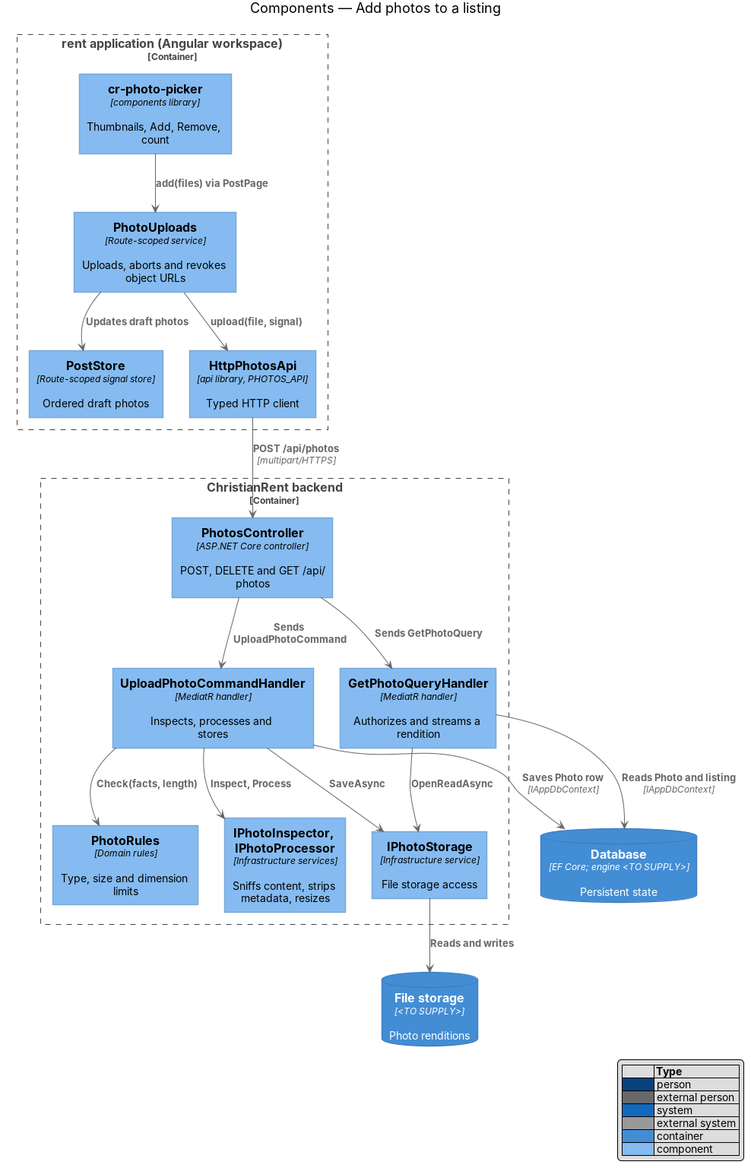
Before: docs/detailed-designs/post/add-photos/diagrams/c4-component.png, a diagram exported from PlantUML (QuinntyneBrown/christian-rent). Its source is kept beside it as docs/detailed-designs/post/add-photos/diagrams/c4-component.puml. Source of this version:
```plantuml
@startuml
!include <C4/C4_Component>
LAYOUT_WITH_LEGEND()
title Components — Add photos to a listing

Container_Boundary(spa, "rent application (Angular workspace)") {
  Component(picker, "cr-photo-picker", "components library", "Thumbnails, Add, Remove, count")
  Component(uploads, "PhotoUploads", "Route-scoped service", "Uploads, aborts and revokes object URLs")
  Component(store, "PostStore", "Route-scoped signal store", "Ordered draft photos")
  Component(client, "HttpPhotosApi", "api library, PHOTOS_API", "Typed HTTP client")
}
Container_Boundary(api, "ChristianRent backend") {
  Component(ctrl, "PhotosController", "ASP.NET Core controller", "POST, DELETE and GET /api/photos")
  Component(up, "UploadPhotoCommandHandler", "MediatR handler", "Inspects, processes and stores")
  Component(get, "GetPhotoQueryHandler", "MediatR handler", "Authorizes and streams a rendition")
  Component(rules, "PhotoRules", "Domain rules", "Type, size and dimension limits")
  Component(insp, "IPhotoInspector, IPhotoProcessor", "Infrastructure services", "Sniffs content, strips metadata, resizes")
  Component(store2, "IPhotoStorage", "Infrastructure service", "File storage access")
}
ContainerDb(db, "Database", "EF Core; engine <TO SUPPLY>", "Persistent state")
ContainerDb(files, "File storage", "<TO SUPPLY>", "Photo renditions")
Rel(picker, uploads, "add(files) via PostPage")
Rel(uploads, store, "Updates draft photos")
Rel(uploads, client, "upload(file, signal)")
Rel(client, ctrl, "POST /api/photos", "multipart/HTTPS")
Rel(ctrl, up, "Sends UploadPhotoCommand")
Rel(ctrl, get, "Sends GetPhotoQuery")
Rel(up, insp, "Inspect, Process")
Rel(up, rules, "Check(facts, length)")
Rel(up, store2, "SaveAsync")
Rel(get, store2, "OpenReadAsync")
Rel(store2, files, "Reads and writes")
Rel(up, db, "Saves Photo row", "IAppDbContext")
Rel(get, db, "Reads Photo and listing", "IAppDbContext")
@enduml
```
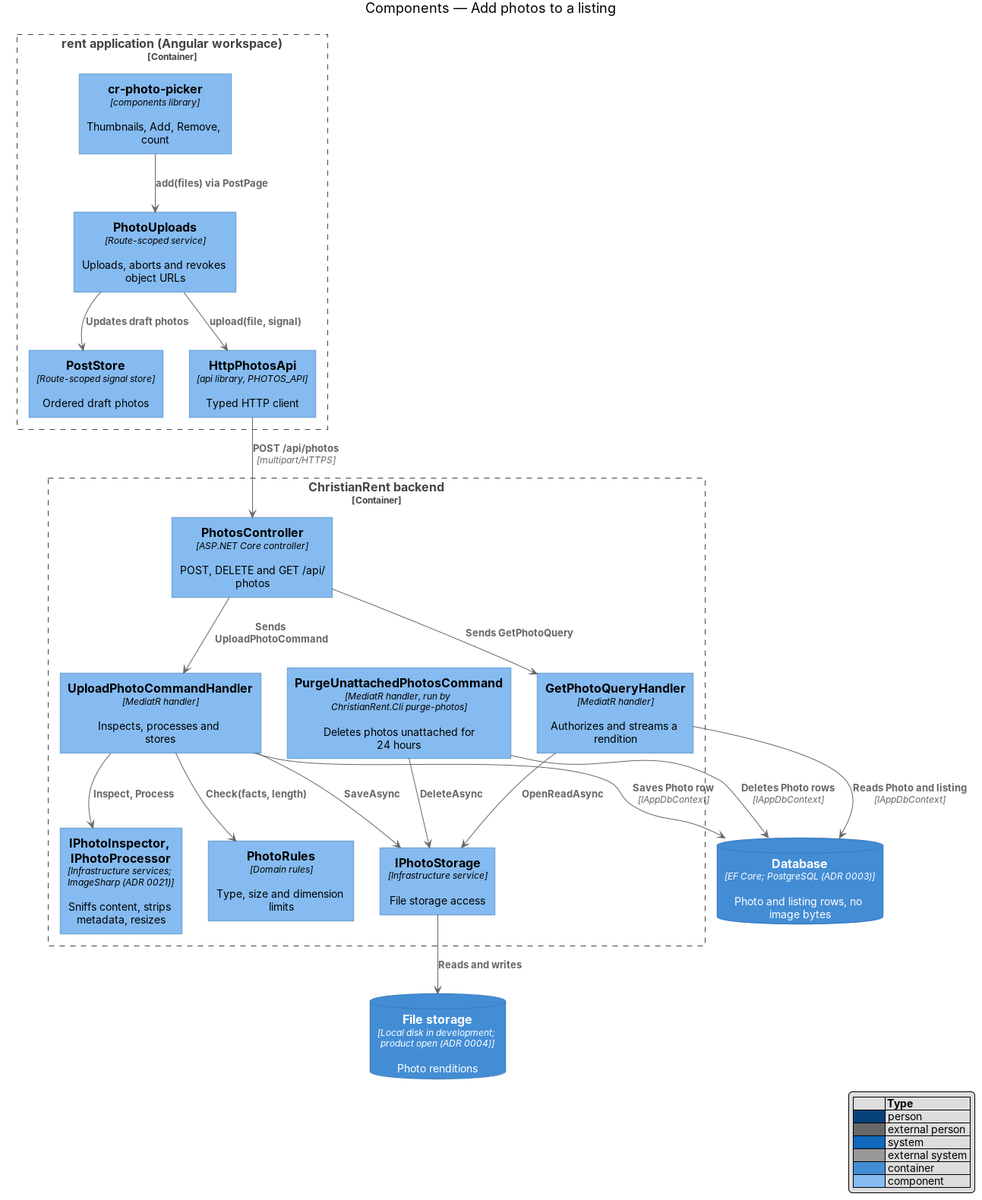
Above is the later version.

The edit, as a diff of the source:
```diff
@@ -11,14 +11,15 @@
 }
 Container_Boundary(api, "ChristianRent backend") {
   Component(ctrl, "PhotosController", "ASP.NET Core controller", "POST, DELETE and GET /api/photos")
+  Component(purge, "PurgeUnattachedPhotosCommand", "MediatR handler, run by ChristianRent.Cli purge-photos", "Deletes photos unattached for 24 hours")
   Component(up, "UploadPhotoCommandHandler", "MediatR handler", "Inspects, processes and stores")
   Component(get, "GetPhotoQueryHandler", "MediatR handler", "Authorizes and streams a rendition")
   Component(rules, "PhotoRules", "Domain rules", "Type, size and dimension limits")
-  Component(insp, "IPhotoInspector, IPhotoProcessor", "Infrastructure services", "Sniffs content, strips metadata, resizes")
+  Component(insp, "IPhotoInspector, IPhotoProcessor", "Infrastructure services; ImageSharp (ADR 0021)", "Sniffs content, strips metadata, resizes")
   Component(store2, "IPhotoStorage", "Infrastructure service", "File storage access")
 }
-ContainerDb(db, "Database", "EF Core; engine <TO SUPPLY>", "Persistent state")
-ContainerDb(files, "File storage", "<TO SUPPLY>", "Photo renditions")
+ContainerDb(db, "Database", "EF Core; PostgreSQL (ADR 0003)", "Photo and listing rows, no image bytes")
+ContainerDb(files, "File storage", "Local disk in development; product open (ADR 0004)", "Photo renditions")
 Rel(picker, uploads, "add(files) via PostPage")
 Rel(uploads, store, "Updates draft photos")
 Rel(uploads, client, "upload(file, signal)")
@@ -29,6 +30,8 @@
 Rel(up, rules, "Check(facts, length)")
 Rel(up, store2, "SaveAsync")
 Rel(get, store2, "OpenReadAsync")
+Rel(purge, store2, "DeleteAsync")
+Rel(purge, db, "Deletes Photo rows", "IAppDbContext")
 Rel(store2, files, "Reads and writes")
 Rel(up, db, "Saves Photo row", "IAppDbContext")
 Rel(get, db, "Reads Photo and listing", "IAppDbContext")
```
